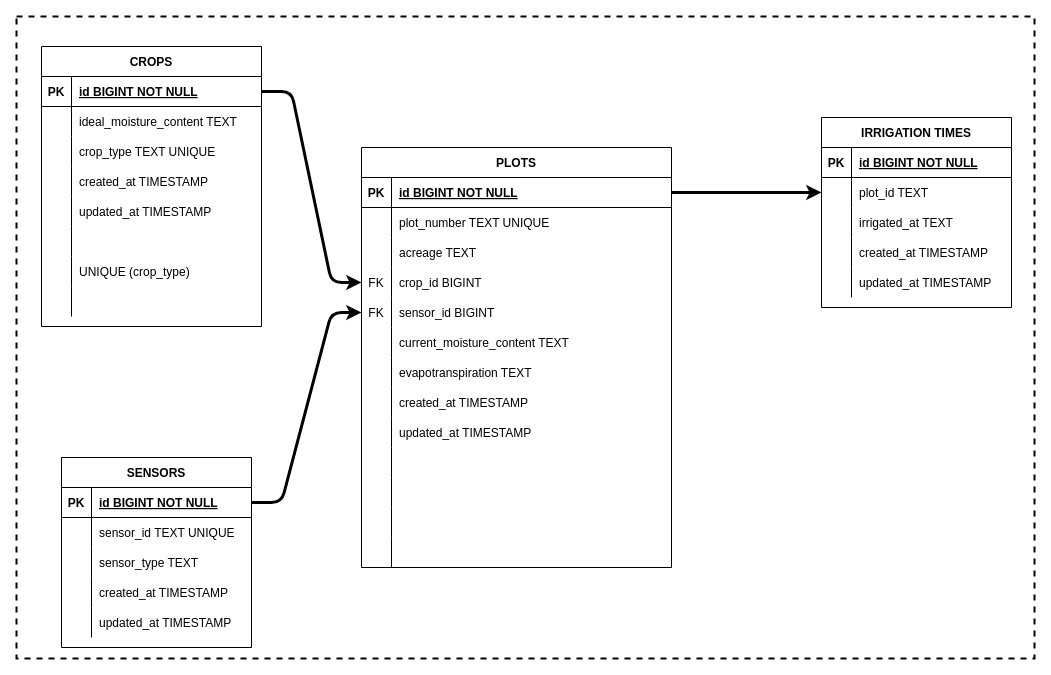
This is page "Schema" (2 of 2) of diagrams.drawio from fadhilijuma/auto-irrigation-service, a draw.io file, before an edit. Source tidied: cells renumbered, new cells numbered last; positions are measured from the earlier drawing's top-left corner, leaving out a move shared by most shapes. Both pictures are drawn from the tidied source at 100%, with x=0, y=0 at pixel (16, 16).
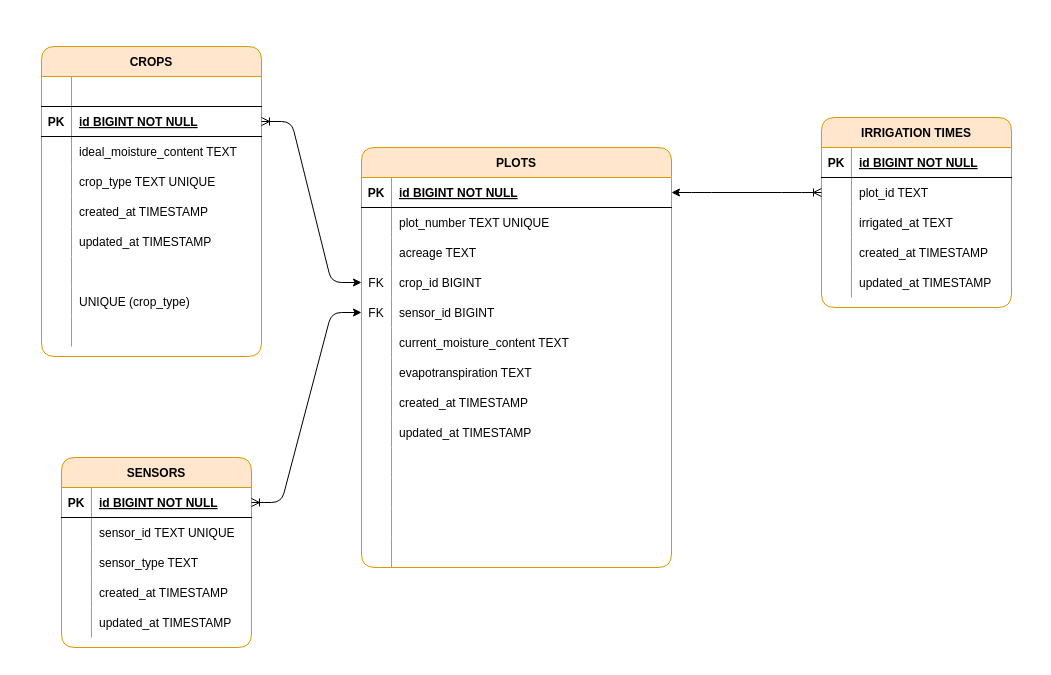
After the change.

Commit message (it also covers changes not shown here):
feat: Update schema diagram

The change refers to these unchanged cells:
```xml
<mxCell id="28" style="shape=tableRow;horizontal=0;startSize=0;swimlaneHead=0;swimlaneBody=0;fillColor=none;points=[[0,0.5],[1,0.5]];portConstraint=eastwest;top=0;left=0;right=0;bottom=1;" parent="27" vertex="1">
  <mxGeometry y="30" width="190" height="30" as="geometry" />
</mxCell>
<mxCell id="44" style="shape=tableRow;horizontal=0;startSize=0;swimlaneHead=0;swimlaneBody=0;fillColor=none;points=[[0,0.5],[1,0.5]];portConstraint=eastwest;top=0;left=0;right=0;bottom=1;" parent="43" vertex="1">
  <mxGeometry y="30" width="310" height="30" as="geometry" />
</mxCell>
<mxCell id="53" style="shape=tableRow;horizontal=0;startSize=0;swimlaneHead=0;swimlaneBody=0;fillColor=none;points=[[0,0.5],[1,0.5]];portConstraint=eastwest;top=0;left=0;right=0;bottom=0;" parent="43" vertex="1">
  <mxGeometry y="120" width="310" height="30" as="geometry" />
</mxCell>
<mxCell id="56" style="shape=tableRow;horizontal=0;startSize=0;swimlaneHead=0;swimlaneBody=0;fillColor=none;points=[[0,0.5],[1,0.5]];portConstraint=eastwest;top=0;left=0;right=0;bottom=0;" parent="43" vertex="1">
  <mxGeometry y="150" width="310" height="30" as="geometry" />
</mxCell>
<mxCell id="87" style="shape=tableRow;horizontal=0;startSize=0;swimlaneHead=0;swimlaneBody=0;fillColor=none;points=[[0,0.5],[1,0.5]];portConstraint=eastwest;top=0;left=0;right=0;bottom=0;" parent="83" vertex="1">
  <mxGeometry y="60" width="190" height="30" as="geometry" />
</mxCell>
```

What changed in the source:
```diff
@@
-    <mxCell id="2" value="CROPS" style="shape=table;startSize=30;childLayout=tableLayout;rowLines=0;fontStyle=1;align=center;" parent="1" vertex="1">
-      <mxGeometry x="25" y="30" width="220" height="280" as="geometry" />
+    <mxCell id="2" value="CROPS" style="shape=table;startSize=30;childLayout=tableLayout;rowLines=0;fontStyle=1;align=center;rounded=1;fillColor=#ffe6cc;strokeColor=#d79b00;" parent="1" vertex="1">
+      <mxGeometry x="25" y="30" width="220" height="310" as="geometry" />
     </mxCell>
+    <mxCell id="103" style="shape=tableRow;horizontal=0;startSize=0;swimlaneHead=0;swimlaneBody=0;fillColor=none;top=0;left=0;right=0;bottom=1;" parent="2" vertex="1">
+      <mxGeometry y="30" width="220" height="30" as="geometry" />
+    </mxCell>
+    <mxCell id="104" style="shape=partialRectangle;overflow=hidden;fillColor=none;top=0;left=0;bottom=0;right=0;fontStyle=1;" parent="103" vertex="1">
+      <mxGeometry width="30" height="30" as="geometry" />
+    </mxCell>
+    <mxCell id="105" style="shape=partialRectangle;overflow=hidden;fillColor=none;align=left;top=0;left=0;bottom=0;right=0;spacingLeft=6;fontStyle=5;" parent="103" vertex="1">
+      <mxGeometry x="30" width="190" height="30" as="geometry" />
+    </mxCell>
     <mxCell id="3" style="shape=tableRow;horizontal=0;startSize=0;swimlaneHead=0;swimlaneBody=0;fillColor=none;points=[[0,0.5],[1,0.5]];portConstraint=eastwest;top=0;left=0;right=0;bottom=1;" parent="2" vertex="1">
-      <mxGeometry y="30" width="220" height="30" as="geometry" />
+      <mxGeometry y="60" width="220" height="30" as="geometry" />
     </mxCell>
@@
     <mxCell id="6" style="shape=tableRow;horizontal=0;startSize=0;swimlaneHead=0;swimlaneBody=0;fillColor=none;top=0;left=0;right=0;bottom=0;" parent="2" vertex="1">
-      <mxGeometry y="60" width="220" height="30" as="geometry" />
+      <mxGeometry y="90" width="220" height="30" as="geometry" />
     </mxCell>
@@
     <mxCell id="9" style="shape=tableRow;horizontal=0;startSize=0;swimlaneHead=0;swimlaneBody=0;fillColor=none;top=0;left=0;right=0;bottom=0;" parent="2" vertex="1">
-      <mxGeometry y="90" width="220" height="30" as="geometry" />
+      <mxGeometry y="120" width="220" height="30" as="geometry" />
     </mxCell>
@@
     <mxCell id="12" style="shape=tableRow;horizontal=0;startSize=0;swimlaneHead=0;swimlaneBody=0;fillColor=none;top=0;left=0;right=0;bottom=0;" parent="2" vertex="1">
-      <mxGeometry y="120" width="220" height="30" as="geometry" />
+      <mxGeometry y="150" width="220" height="30" as="geometry" />
     </mxCell>
@@
     <mxCell id="15" style="shape=tableRow;horizontal=0;startSize=0;swimlaneHead=0;swimlaneBody=0;fillColor=none;top=0;left=0;right=0;bottom=0;" parent="2" vertex="1">
-      <mxGeometry y="150" width="220" height="30" as="geometry" />
+      <mxGeometry y="180" width="220" height="30" as="geometry" />
     </mxCell>
@@
     <mxCell id="18" style="shape=tableRow;horizontal=0;startSize=0;swimlaneHead=0;swimlaneBody=0;fillColor=none;top=0;left=0;right=0;bottom=0;" parent="2" vertex="1">
-      <mxGeometry y="180" width="220" height="30" as="geometry" />
+      <mxGeometry y="210" width="220" height="30" as="geometry" />
     </mxCell>
@@
     <mxCell id="21" style="shape=tableRow;horizontal=0;startSize=0;swimlaneHead=0;swimlaneBody=0;fillColor=none;top=0;left=0;right=0;bottom=0;" parent="2" vertex="1">
-      <mxGeometry y="210" width="220" height="30" as="geometry" />
+      <mxGeometry y="240" width="220" height="30" as="geometry" />
     </mxCell>
@@
     <mxCell id="24" style="shape=tableRow;horizontal=0;startSize=0;swimlaneHead=0;swimlaneBody=0;fillColor=none;top=0;left=0;right=0;bottom=0;" parent="2" vertex="1">
-      <mxGeometry y="240" width="220" height="30" as="geometry" />
+      <mxGeometry y="270" width="220" height="30" as="geometry" />
     </mxCell>
@@
-    <mxCell id="27" value="SENSORS" style="shape=table;startSize=30;childLayout=tableLayout;rowLines=0;fontStyle=1;align=center;" parent="1" vertex="1">
+    <mxCell id="27" value="SENSORS" style="shape=table;startSize=30;childLayout=tableLayout;rowLines=0;fontStyle=1;align=center;rounded=1;fillColor=#ffe6cc;strokeColor=#d79b00;" parent="1" vertex="1">
       <mxGeometry x="45" y="441" width="190" height="190" as="geometry" />
     </mxCell>
@@
-    <mxCell id="43" value="PLOTS" style="shape=table;startSize=30;childLayout=tableLayout;rowLines=0;fontStyle=1;align=center;" parent="1" vertex="1">
+    <mxCell id="43" value="PLOTS" style="shape=table;startSize=30;childLayout=tableLayout;rowLines=0;fontStyle=1;align=center;rounded=1;fillColor=#ffe6cc;strokeColor=#d79b00;" parent="1" vertex="1">
       <mxGeometry x="345" y="131" width="310" height="420" as="geometry" />
     </mxCell>
@@
-    <mxCell id="83" value="IRRIGATION TIMES" style="shape=table;startSize=30;childLayout=tableLayout;rowLines=0;fontStyle=1;align=center;" parent="1" vertex="1">
+    <mxCell id="83" value="IRRIGATION TIMES" style="shape=table;startSize=30;childLayout=tableLayout;rowLines=0;fontStyle=1;align=center;rounded=1;fillColor=#ffe6cc;strokeColor=#d79b00;" parent="1" vertex="1">
       <mxGeometry x="805" y="101" width="190" height="190" as="geometry" />
     </mxCell>
@@
+    <mxCell id="100" style="edgeStyle=entityRelationEdgeStyle;rounded=1;jettySize=auto;html=1;entryX=0;entryY=0.5;entryDx=0;entryDy=0;strokeWidth=1;startArrow=ERoneToMany;startFill=0;" parent="1" edge="1" source="28" target="56">
+      <mxGeometry relative="1" as="geometry" />
+    </mxCell>
-    <mxCell id="99" style="edgeStyle=entityRelationEdgeStyle;rounded=1;jettySize=auto;html=1;entryX=0;entryY=0.5;entryDx=0;entryDy=0;strokeWidth=3;" parent="1" edge="1" source="3" target="53">
+    <mxCell id="99" style="edgeStyle=entityRelationEdgeStyle;rounded=1;jettySize=auto;html=1;entryX=0;entryY=0.5;entryDx=0;entryDy=0;strokeWidth=1;startArrow=ERoneToMany;startFill=0;" parent="1" edge="1" source="3" target="53">
       <mxGeometry relative="1" as="geometry" />
     </mxCell>
-    <mxCell id="100" style="edgeStyle=entityRelationEdgeStyle;rounded=1;jettySize=auto;html=1;entryX=0;entryY=0.5;entryDx=0;entryDy=0;strokeWidth=3;" parent="1" edge="1" source="28" target="56">
-      <mxGeometry relative="1" as="geometry" />
-    </mxCell>
-    <mxCell id="101" style="edgeStyle=entityRelationEdgeStyle;rounded=1;jettySize=auto;html=1;strokeWidth=3;" parent="1" edge="1" source="44" target="87">
+    <mxCell id="101" style="edgeStyle=entityRelationEdgeStyle;rounded=1;jettySize=auto;html=1;strokeWidth=1;startArrow=ERoneToMany;startFill=0;" parent="1" edge="1" source="87" target="44">
       <mxGeometry relative="1" as="geometry" />
     </mxCell>
-    <mxCell id="102" style="rounded=0;whiteSpace=wrap;html=1;fontStyle=1;fillColor=none;strokeWidth=2;dashed=1;" parent="1" vertex="1">
-      <mxGeometry width="1018" height="642" as="geometry" />
-    </mxCell>
```
